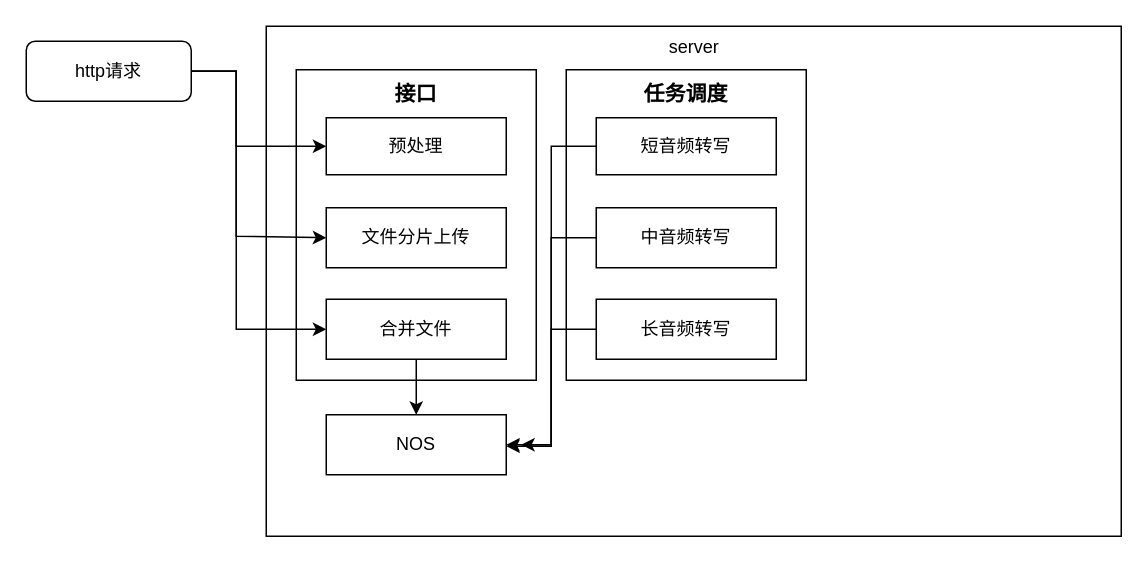
lyyoung/xiaov keeps this draw.io diagram as Untitled Diagram.drawio. Above is the earlier version. Source tidied: cells renumbered, new cells numbered last; positions are measured from the earlier drawing's top-left corner, leaving out a move shared by most shapes. Both pictures are drawn from the tidied source at 150%, with x=0, y=0 at pixel (26, 26).
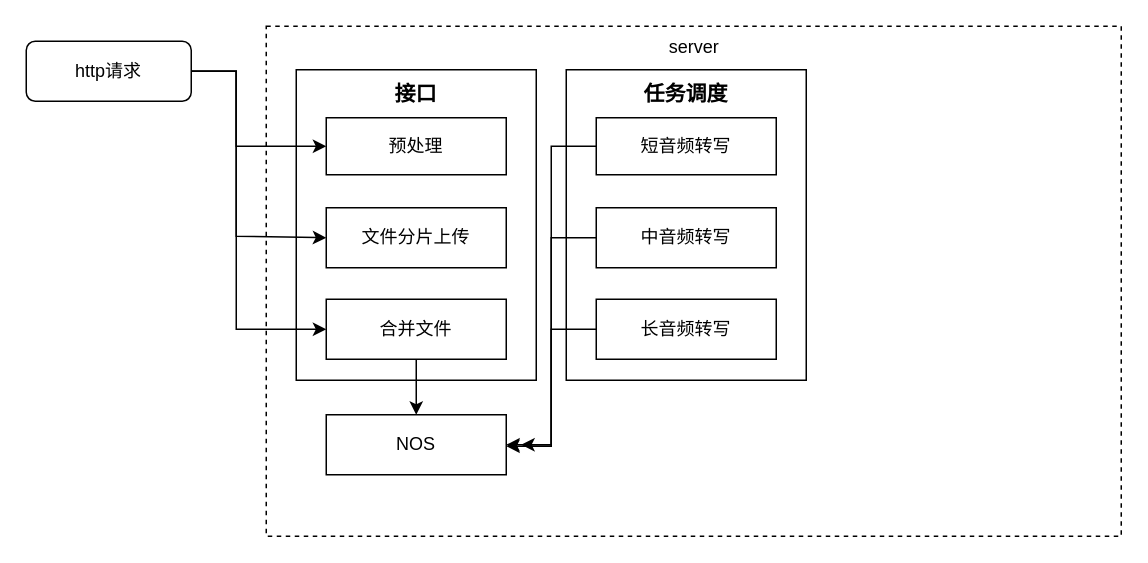
The same page after the edit.

The edit, as a diff of the source:
```diff
@@
-    <mxCell id="2" value="server" style="rounded=0;html=1;align=center;verticalAlign=top;" parent="1" vertex="1">
+    <mxCell id="2" value="server" style="rounded=0;html=1;align=center;verticalAlign=top;dashed=1;" parent="1" vertex="1">
       <mxGeometry x="160" width="570" height="340" as="geometry" />
     </mxCell>
```
